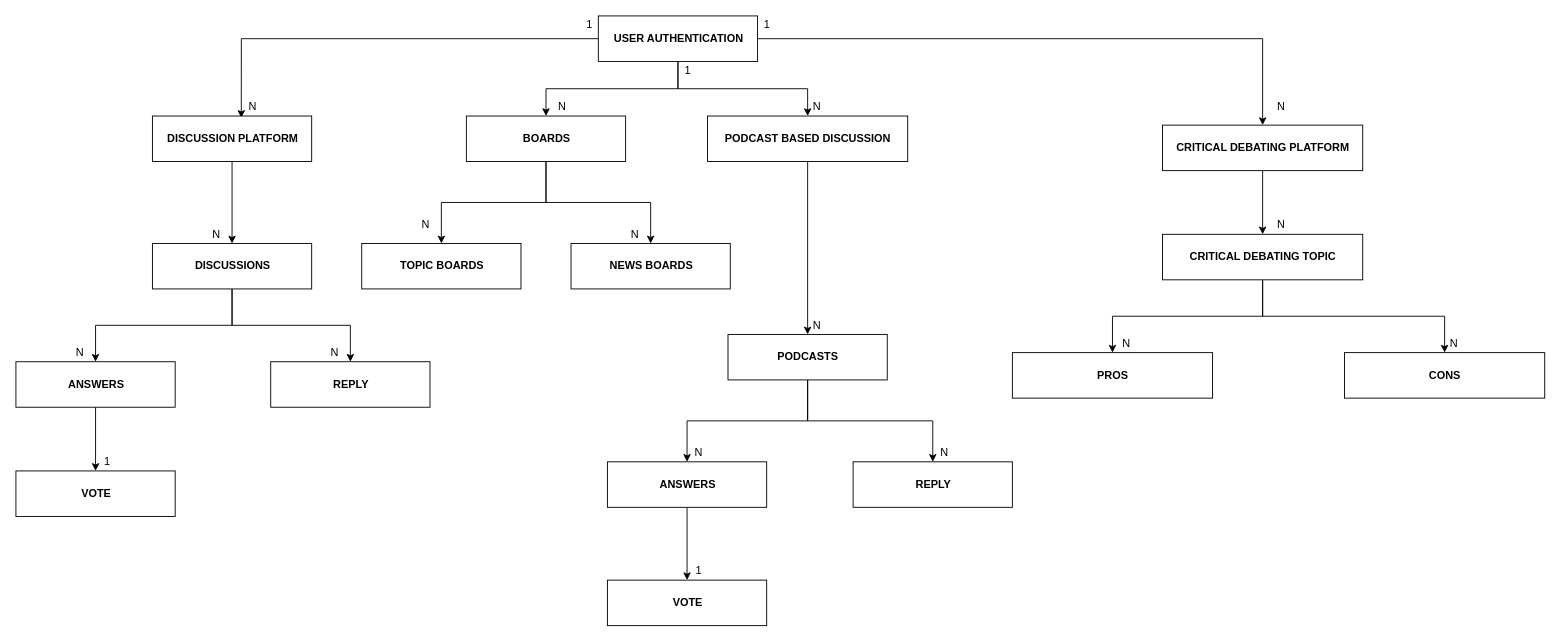
Joseph-k-iype/cdpl keeps this draw.io diagram as page "MAIN TREE" (2 of 7) of diagrams/cdpl.drawio. Above is the earlier version. Source tidied: cells renumbered, new cells numbered last; positions are measured from the earlier drawing's top-left corner, leaving out a move shared by most shapes. Both pictures are drawn from the tidied source at 91%, with x=0, y=0 at pixel (15, 15).
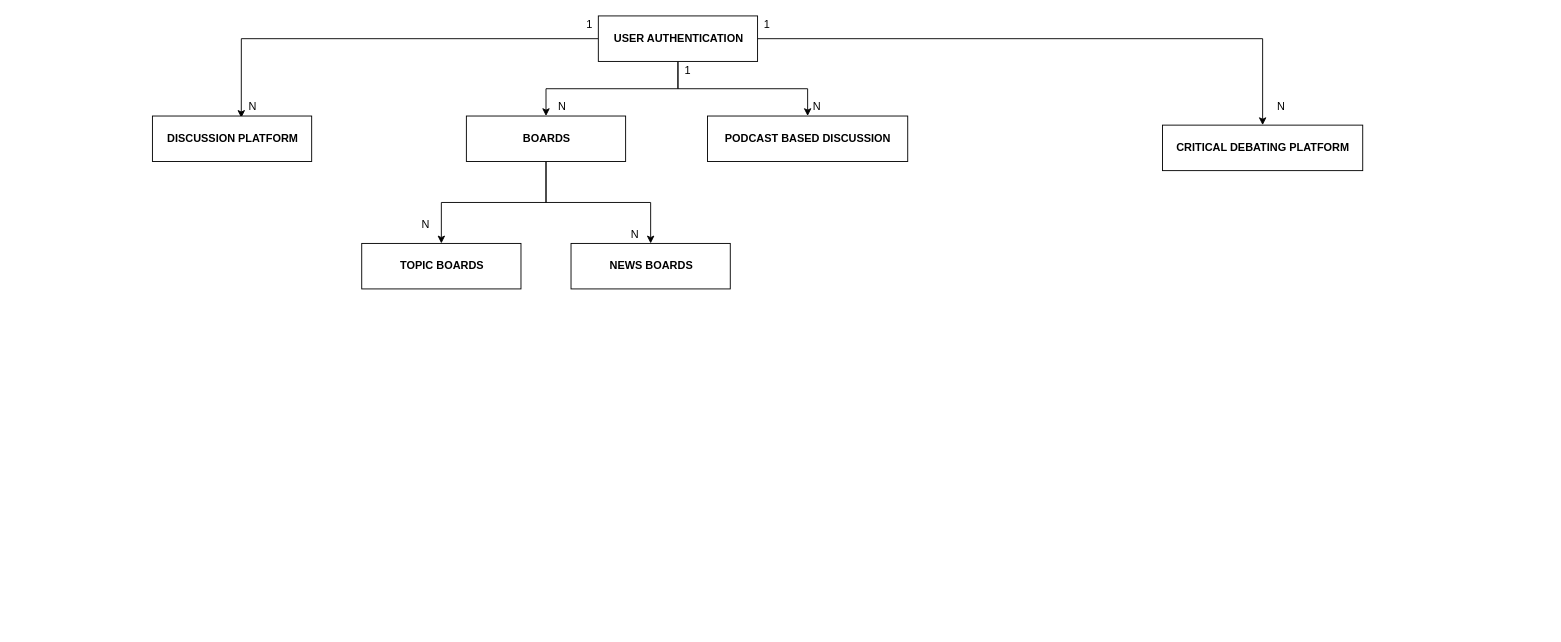
The same page after the edit.

Unchanged cells that the change refers to:
```xml
<mxCell id="8" value="&lt;b style=&quot;text-align: left&quot;&gt;DISCUSSION PLATFORM&lt;/b&gt;" style="html=1;strokeColor=default;" parent="1" vertex="1">
  <mxGeometry x="150" y="110" width="175" height="50" as="geometry" />
</mxCell>
<mxCell id="13" value="&lt;b style=&quot;text-align: left&quot;&gt;PODCAST BASED DISCUSSION&lt;/b&gt;" style="html=1;strokeColor=default;" parent="1" vertex="1">
  <mxGeometry x="760" y="110" width="220" height="50" as="geometry" />
</mxCell>
<mxCell id="15" value="&lt;b style=&quot;text-align: left&quot;&gt;CRITICAL DEBATING PLATFORM&lt;/b&gt;" style="html=1;strokeColor=default;" parent="1" vertex="1">
  <mxGeometry x="1260" y="120" width="220" height="50" as="geometry" />
</mxCell>
```

The edit, as a diff of the source:
```diff
@@
-    <mxCell id="7" style="edgeStyle=orthogonalEdgeStyle;rounded=0;jettySize=auto;html=1;endArrow=classic;endFill=1;" parent="1" edge="1" source="8" target="27">
-      <mxGeometry relative="1" as="geometry" />
-    </mxCell>
@@
-    <mxCell id="12" style="edgeStyle=orthogonalEdgeStyle;rounded=0;jettySize=auto;html=1;entryX=0.5;entryY=0;entryDx=0;entryDy=0;endArrow=classic;endFill=1;" parent="1" edge="1" source="13" target="20">
-      <mxGeometry relative="1" as="geometry" />
-    </mxCell>
@@
-    <mxCell id="14" style="edgeStyle=orthogonalEdgeStyle;rounded=0;jettySize=auto;html=1;endArrow=classic;endFill=1;" parent="1" edge="1" source="15" target="34">
-      <mxGeometry relative="1" as="geometry" />
-    </mxCell>
@@
-    <mxCell id="18" style="edgeStyle=orthogonalEdgeStyle;rounded=0;jettySize=auto;html=1;endArrow=classic;endFill=1;" parent="1" edge="1" source="20" target="22">
-      <mxGeometry relative="1" as="geometry" />
-    </mxCell>
-    <mxCell id="19" style="edgeStyle=orthogonalEdgeStyle;rounded=0;jettySize=auto;html=1;endArrow=classic;endFill=1;" parent="1" edge="1" source="20" target="23">
-      <mxGeometry relative="1" as="geometry" />
-    </mxCell>
-    <mxCell id="20" value="&lt;div style=&quot;text-align: left&quot;&gt;&lt;b&gt;PODCASTS&lt;/b&gt;&lt;/div&gt;" style="html=1;strokeColor=default;" parent="1" vertex="1">
-      <mxGeometry x="782.5" y="350" width="175" height="50" as="geometry" />
-    </mxCell>
-    <mxCell id="21" style="edgeStyle=orthogonalEdgeStyle;rounded=0;jettySize=auto;html=1;endArrow=classic;endFill=1;" parent="1" edge="1" source="22" target="24">
-      <mxGeometry relative="1" as="geometry" />
-    </mxCell>
-    <mxCell id="22" value="&lt;b&gt;ANSWERS&lt;/b&gt;" style="html=1;strokeColor=default;" parent="1" vertex="1">
-      <mxGeometry x="650" y="490" width="175" height="50" as="geometry" />
-    </mxCell>
-    <mxCell id="23" value="&lt;div style=&quot;text-align: left&quot;&gt;&lt;b&gt;REPLY&lt;/b&gt;&lt;/div&gt;" style="html=1;strokeColor=default;" parent="1" vertex="1">
-      <mxGeometry x="920" y="490" width="175" height="50" as="geometry" />
-    </mxCell>
-    <mxCell id="24" value="&lt;b&gt;VOTE&lt;/b&gt;" style="html=1;strokeColor=default;" parent="1" vertex="1">
-      <mxGeometry x="650" y="620" width="175" height="50" as="geometry" />
-    </mxCell>
-    <mxCell id="25" style="edgeStyle=orthogonalEdgeStyle;rounded=0;jettySize=auto;html=1;endArrow=classic;endFill=1;" parent="1" edge="1" source="27" target="29">
-      <mxGeometry relative="1" as="geometry" />
-    </mxCell>
-    <mxCell id="26" style="edgeStyle=orthogonalEdgeStyle;rounded=0;jettySize=auto;html=1;endArrow=classic;endFill=1;" parent="1" edge="1" source="27" target="30">
-      <mxGeometry relative="1" as="geometry" />
-    </mxCell>
-    <mxCell id="27" value="&lt;b style=&quot;text-align: left&quot;&gt;DISCUSSIONS&lt;/b&gt;" style="html=1;strokeColor=default;" parent="1" vertex="1">
-      <mxGeometry x="150" y="250" width="175" height="50" as="geometry" />
-    </mxCell>
-    <mxCell id="28" style="edgeStyle=orthogonalEdgeStyle;rounded=0;jettySize=auto;html=1;entryX=0.5;entryY=0;entryDx=0;entryDy=0;endArrow=classic;endFill=1;" parent="1" edge="1" source="29" target="31">
-      <mxGeometry relative="1" as="geometry" />
-    </mxCell>
-    <mxCell id="29" value="&lt;b&gt;ANSWERS&lt;/b&gt;" style="html=1;strokeColor=default;" parent="1" vertex="1">
-      <mxGeometry y="380" width="175" height="50" as="geometry" />
-    </mxCell>
-    <mxCell id="30" value="&lt;b style=&quot;text-align: left&quot;&gt;REPLY&lt;/b&gt;" style="html=1;strokeColor=default;" parent="1" vertex="1">
-      <mxGeometry x="280" y="380" width="175" height="50" as="geometry" />
-    </mxCell>
-    <mxCell id="31" value="&lt;b&gt;VOTE&lt;/b&gt;" style="html=1;strokeColor=default;" parent="1" vertex="1">
-      <mxGeometry y="500" width="175" height="50" as="geometry" />
-    </mxCell>
-    <mxCell id="32" style="edgeStyle=orthogonalEdgeStyle;rounded=0;jettySize=auto;html=1;endArrow=classic;endFill=1;" parent="1" edge="1" source="34" target="35">
-      <mxGeometry relative="1" as="geometry" />
-    </mxCell>
-    <mxCell id="33" style="edgeStyle=orthogonalEdgeStyle;rounded=0;jettySize=auto;html=1;endArrow=classic;endFill=1;" parent="1" edge="1" source="34" target="36">
-      <mxGeometry relative="1" as="geometry" />
-    </mxCell>
-    <mxCell id="34" value="&lt;b style=&quot;text-align: left&quot;&gt;CRITICAL DEBATING TOPIC&lt;/b&gt;" style="html=1;strokeColor=default;" parent="1" vertex="1">
-      <mxGeometry x="1260" y="240" width="220" height="50" as="geometry" />
-    </mxCell>
-    <mxCell id="35" value="&lt;b style=&quot;text-align: left&quot;&gt;PROS&lt;/b&gt;" style="html=1;strokeColor=default;" parent="1" vertex="1">
-      <mxGeometry x="1095" y="370" width="220" height="50" as="geometry" />
-    </mxCell>
-    <mxCell id="36" value="&lt;b style=&quot;text-align: left&quot;&gt;CONS&lt;/b&gt;" style="html=1;strokeColor=default;" parent="1" vertex="1">
-      <mxGeometry x="1460" y="370" width="220" height="50" as="geometry" />
-    </mxCell>
@@
-    <mxCell id="44" value="N" style="text;html=1;align=center;verticalAlign=middle;fillColor=none;strokeColor=none;rounded=0;" parent="1" vertex="1">
-      <mxGeometry x="210" y="230" width="20" height="20" as="geometry" />
-    </mxCell>
-    <mxCell id="45" value="N" style="text;html=1;align=center;verticalAlign=middle;fillColor=none;strokeColor=none;rounded=0;" parent="1" vertex="1">
-      <mxGeometry x="60" y="360" width="20" height="20" as="geometry" />
-    </mxCell>
-    <mxCell id="46" value="N" style="text;html=1;align=center;verticalAlign=middle;fillColor=none;strokeColor=none;rounded=0;" parent="1" vertex="1">
-      <mxGeometry x="340" y="360" width="20" height="20" as="geometry" />
-    </mxCell>
@@
-    <mxCell id="49" value="N" style="text;html=1;align=center;verticalAlign=middle;fillColor=none;strokeColor=none;rounded=0;" parent="1" vertex="1">
-      <mxGeometry x="870" y="330" width="20" height="20" as="geometry" />
-    </mxCell>
-    <mxCell id="50" value="N" style="text;html=1;align=center;verticalAlign=middle;fillColor=none;strokeColor=none;rounded=0;" parent="1" vertex="1">
-      <mxGeometry x="740" y="470" width="20" height="20" as="geometry" />
-    </mxCell>
-    <mxCell id="51" value="N" style="text;html=1;align=center;verticalAlign=middle;fillColor=none;strokeColor=none;rounded=0;" parent="1" vertex="1">
-      <mxGeometry x="1010" y="470" width="20" height="20" as="geometry" />
-    </mxCell>
-    <mxCell id="52" value="N" style="text;html=1;align=center;verticalAlign=middle;fillColor=none;strokeColor=none;rounded=0;" parent="1" vertex="1">
-      <mxGeometry x="1380" y="220" width="20" height="20" as="geometry" />
-    </mxCell>
-    <mxCell id="53" value="N" style="text;html=1;align=center;verticalAlign=middle;fillColor=none;strokeColor=none;rounded=0;" parent="1" vertex="1">
-      <mxGeometry x="1210" y="350" width="20" height="20" as="geometry" />
-    </mxCell>
-    <mxCell id="54" value="N" style="text;html=1;align=center;verticalAlign=middle;fillColor=none;strokeColor=none;rounded=0;" parent="1" vertex="1">
-      <mxGeometry x="1570" y="350" width="20" height="20" as="geometry" />
-    </mxCell>
-    <mxCell id="55" value="1" style="text;html=1;align=center;verticalAlign=middle;fillColor=none;strokeColor=none;rounded=0;" parent="1" vertex="1">
-      <mxGeometry x="740" y="600" width="20" height="20" as="geometry" />
-    </mxCell>
-    <mxCell id="56" value="1" style="text;html=1;align=center;verticalAlign=middle;fillColor=none;strokeColor=none;rounded=0;" parent="1" vertex="1">
-      <mxGeometry x="90" y="480" width="20" height="20" as="geometry" />
-    </mxCell>
```
